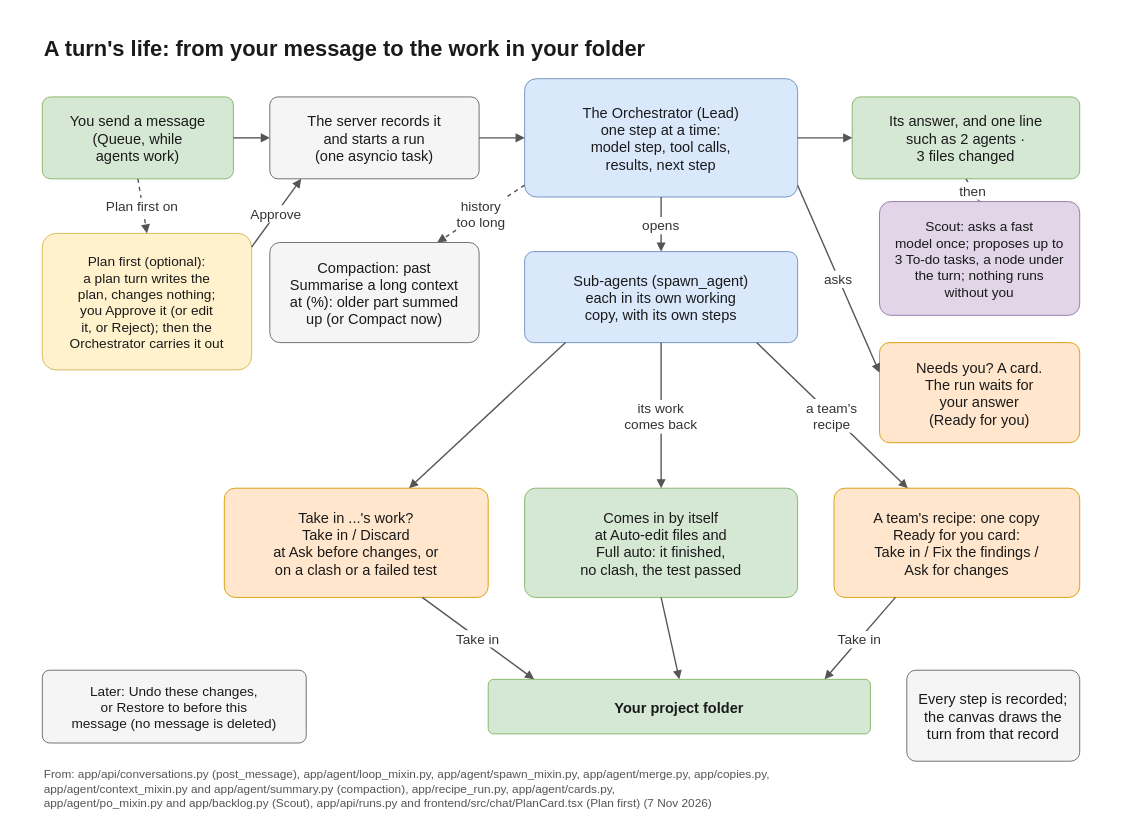
Before: docs/diagrams/turn.drawio in flyingriverhorse/Koloni, a draw.io diagram. Source tidied: cells renumbered, new cells numbered last; positions are measured from the earlier drawing's top-left corner, leaving out a move shared by most shapes. Both pictures are drawn from the tidied source at 91%, with x=0, y=0 at pixel (15, 15).
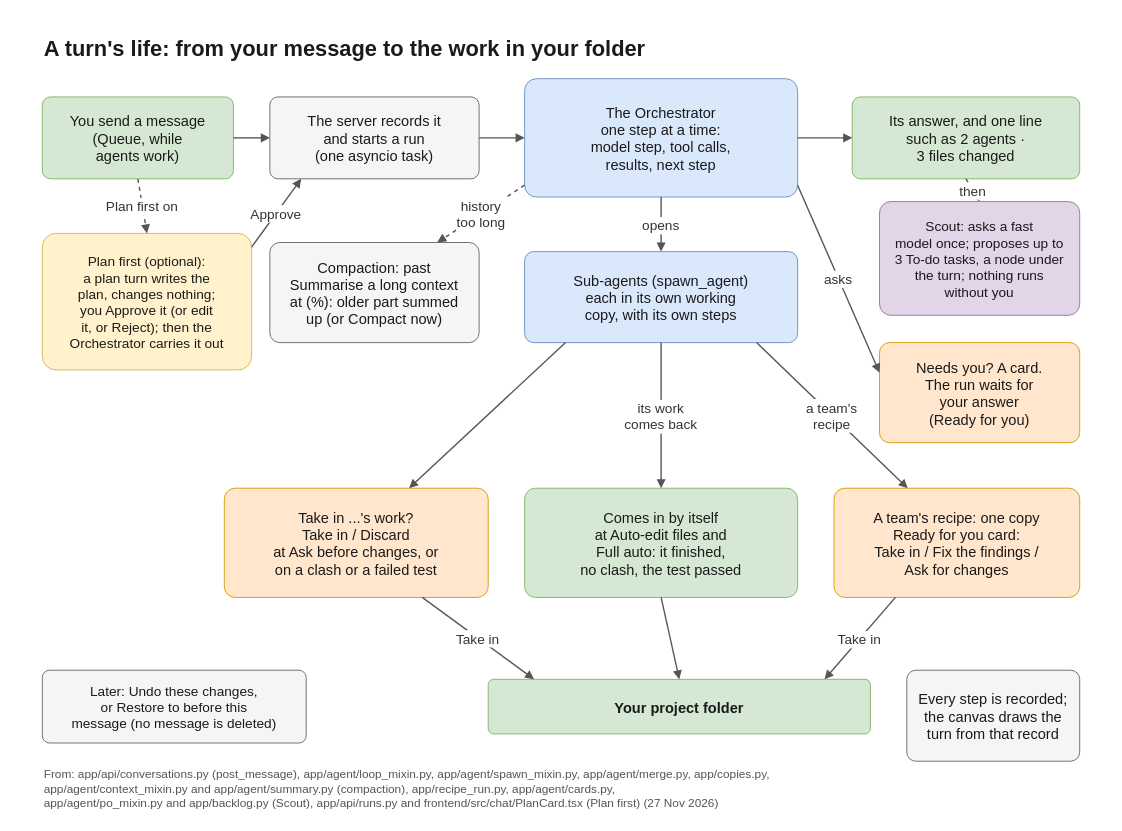
The same diagram, later.

Change to the diagram source:
```diff
@@
-    <mxCell id="6" value="The Orchestrator (Lead)&#10;one step at a time:&#10;model step, tool calls,&#10;results, next step" style="rounded=1;arcSize=10;fillColor=#dae8fc;strokeColor=#6c8ebf;fontFamily=Helvetica;fontColor=#1a1a1a;fontSize=16;spacing=6;" parent="1" vertex="1">
+    <mxCell id="6" value="The Orchestrator&#10;one step at a time:&#10;model step, tool calls,&#10;results, next step" style="rounded=1;arcSize=10;fillColor=#dae8fc;strokeColor=#6c8ebf;fontFamily=Helvetica;fontColor=#1a1a1a;fontSize=16;spacing=6;" parent="1" vertex="1">
       <mxGeometry x="560" y="70" width="300" height="130" as="geometry" />
     </mxCell>
@@
-    <mxCell id="34" value="From: app/api/conversations.py (post_message), app/agent/loop_mixin.py, app/agent/spawn_mixin.py, app/agent/merge.py, app/copies.py,&#10;app/agent/context_mixin.py and app/agent/summary.py (compaction), app/recipe_run.py, app/agent/cards.py,&#10;app/agent/po_mixin.py and app/backlog.py (Scout), app/api/runs.py and frontend/src/chat/PlanCard.tsx (Plan first) (7 Nov 2026)" style="text;strokeColor=none;fillColor=none;fontFamily=Helvetica;fontColor=#555555;fontSize=13;align=left;verticalAlign=top;" parent="1" vertex="1">
+    <mxCell id="34" value="From: app/api/conversations.py (post_message), app/agent/loop_mixin.py, app/agent/spawn_mixin.py, app/agent/merge.py, app/copies.py,&#10;app/agent/context_mixin.py and app/agent/summary.py (compaction), app/recipe_run.py, app/agent/cards.py,&#10;app/agent/po_mixin.py and app/backlog.py (Scout), app/api/runs.py and frontend/src/chat/PlanCard.tsx (Plan first) (27 Nov 2026)" style="text;strokeColor=none;fillColor=none;fontFamily=Helvetica;fontColor=#555555;fontSize=13;align=left;verticalAlign=top;" parent="1" vertex="1">
       <mxGeometry x="30" y="820" width="1140" height="60" as="geometry" />
     </mxCell>
```
